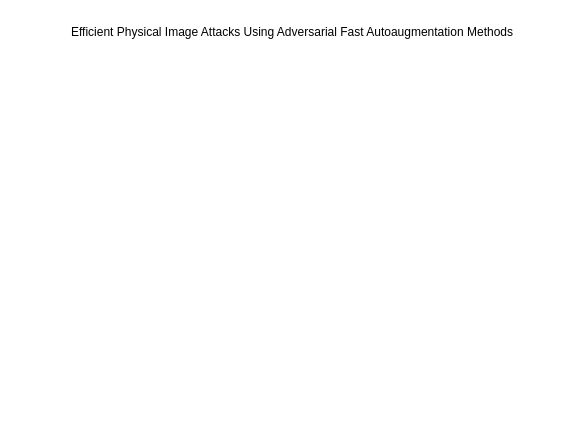
Zhou-AY/hello-world keeps this draw.io diagram as KBS_审.drawio. Above is the earlier version. Source tidied: cells renumbered, new cells numbered last; positions are measured from the earlier drawing's top-left corner, leaving out a move shared by most shapes. Both pictures are drawn from the tidied source at 100%, with x=0, y=0 at pixel (17, 17).
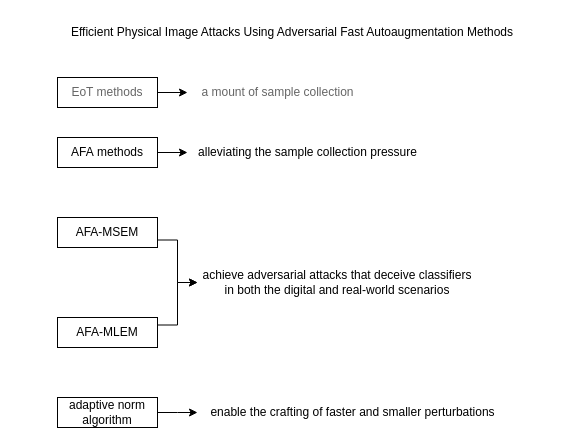
The same diagram, later.

Diff of the diagram source:
```diff
@@
 <mxGraphModel>
   <root>
     <mxCell id="0" />
     <mxCell id="1" parent="0" />
     <mxCell id="2" value="Efficient Physical Image Attacks Using Adversarial Fast Autoaugmentation Methods" style="text;html=1;strokeColor=none;fillColor=none;align=center;verticalAlign=middle;whiteSpace=wrap;rounded=0;" parent="1" vertex="1">
       <mxGeometry width="550" height="30" as="geometry" />
     </mxCell>
+    <mxCell id="3" style="edgeStyle=orthogonalEdgeStyle;rounded=0;jettySize=auto;html=1;exitX=1;exitY=0.5;exitDx=0;exitDy=0;fontColor=#666666;" parent="1" edge="1" source="4">
+      <mxGeometry relative="1" as="geometry">
+        <mxPoint x="170" y="75" as="targetPoint" />
+      </mxGeometry>
+    </mxCell>
+    <mxCell id="4" value="EoT methods" style="rounded=0;whiteSpace=wrap;html=1;fontColor=#666666;" parent="1" vertex="1">
+      <mxGeometry x="40" y="60" width="100" height="30" as="geometry" />
+    </mxCell>
+    <mxCell id="5" value="a mount of sample collection" style="text;html=1;align=center;verticalAlign=middle;strokeColor=none;fillColor=none;fontColor=#666666;" parent="1" vertex="1">
+      <mxGeometry x="170" y="60" width="180" height="30" as="geometry" />
+    </mxCell>
+    <mxCell id="6" style="edgeStyle=orthogonalEdgeStyle;rounded=0;jettySize=auto;html=1;exitX=1;exitY=0.5;exitDx=0;exitDy=0;" parent="1" edge="1" source="7">
+      <mxGeometry relative="1" as="geometry">
+        <mxPoint x="170" y="135" as="targetPoint" />
+      </mxGeometry>
+    </mxCell>
+    <mxCell id="7" value="AFA&amp;nbsp;methods" style="rounded=0;whiteSpace=wrap;html=1;" parent="1" vertex="1">
+      <mxGeometry x="40" y="120" width="100" height="30" as="geometry" />
+    </mxCell>
+    <mxCell id="8" value="alleviating the sample collection pressure" style="text;html=1;align=center;verticalAlign=middle;strokeColor=none;fillColor=none;" parent="1" vertex="1">
+      <mxGeometry x="170" y="120" width="240" height="30" as="geometry" />
+    </mxCell>
+    <mxCell id="9" style="edgeStyle=orthogonalEdgeStyle;rounded=0;jettySize=auto;html=1;exitX=1;exitY=0.75;exitDx=0;exitDy=0;entryX=0;entryY=0.5;entryDx=0;entryDy=0;" parent="1" edge="1" source="10" target="13">
+      <mxGeometry relative="1" as="geometry" />
+    </mxCell>
+    <mxCell id="10" value="AFA-MSEM" style="rounded=0;whiteSpace=wrap;html=1;" parent="1" vertex="1">
+      <mxGeometry x="40" y="200" width="100" height="30" as="geometry" />
+    </mxCell>
+    <mxCell id="11" style="edgeStyle=orthogonalEdgeStyle;rounded=0;jettySize=auto;html=1;exitX=1;exitY=0.25;exitDx=0;exitDy=0;entryX=0;entryY=0.5;entryDx=0;entryDy=0;" parent="1" edge="1" source="12" target="13">
+      <mxGeometry relative="1" as="geometry" />
+    </mxCell>
+    <mxCell id="12" value="AFA-MLEM" style="rounded=0;whiteSpace=wrap;html=1;" parent="1" vertex="1">
+      <mxGeometry x="40" y="300" width="100" height="30" as="geometry" />
+    </mxCell>
+    <mxCell id="13" value="achieve adversarial attacks that deceive classifiers in both the digital and real-world scenarios" style="text;html=1;strokeColor=none;fillColor=none;align=center;verticalAlign=middle;whiteSpace=wrap;rounded=0;" parent="1" vertex="1">
+      <mxGeometry x="180" y="250" width="280" height="30" as="geometry" />
+    </mxCell>
+    <mxCell id="14" style="edgeStyle=orthogonalEdgeStyle;rounded=0;jettySize=auto;html=1;exitX=1;exitY=0.5;exitDx=0;exitDy=0;" parent="1" edge="1" source="15">
+      <mxGeometry relative="1" as="geometry">
+        <mxPoint x="180" y="395" as="targetPoint" />
+      </mxGeometry>
+    </mxCell>
+    <mxCell id="15" value="adaptive norm algorithm" style="rounded=0;whiteSpace=wrap;html=1;" parent="1" vertex="1">
+      <mxGeometry x="40" y="380" width="100" height="30" as="geometry" />
+    </mxCell>
+    <mxCell id="16" value="enable the crafting of faster and smaller perturbations" style="text;html=1;align=center;verticalAlign=middle;strokeColor=none;fillColor=none;" parent="1" vertex="1">
+      <mxGeometry x="180" y="380" width="310" height="30" as="geometry" />
+    </mxCell>
   </root>
 </mxGraphModel>
```
